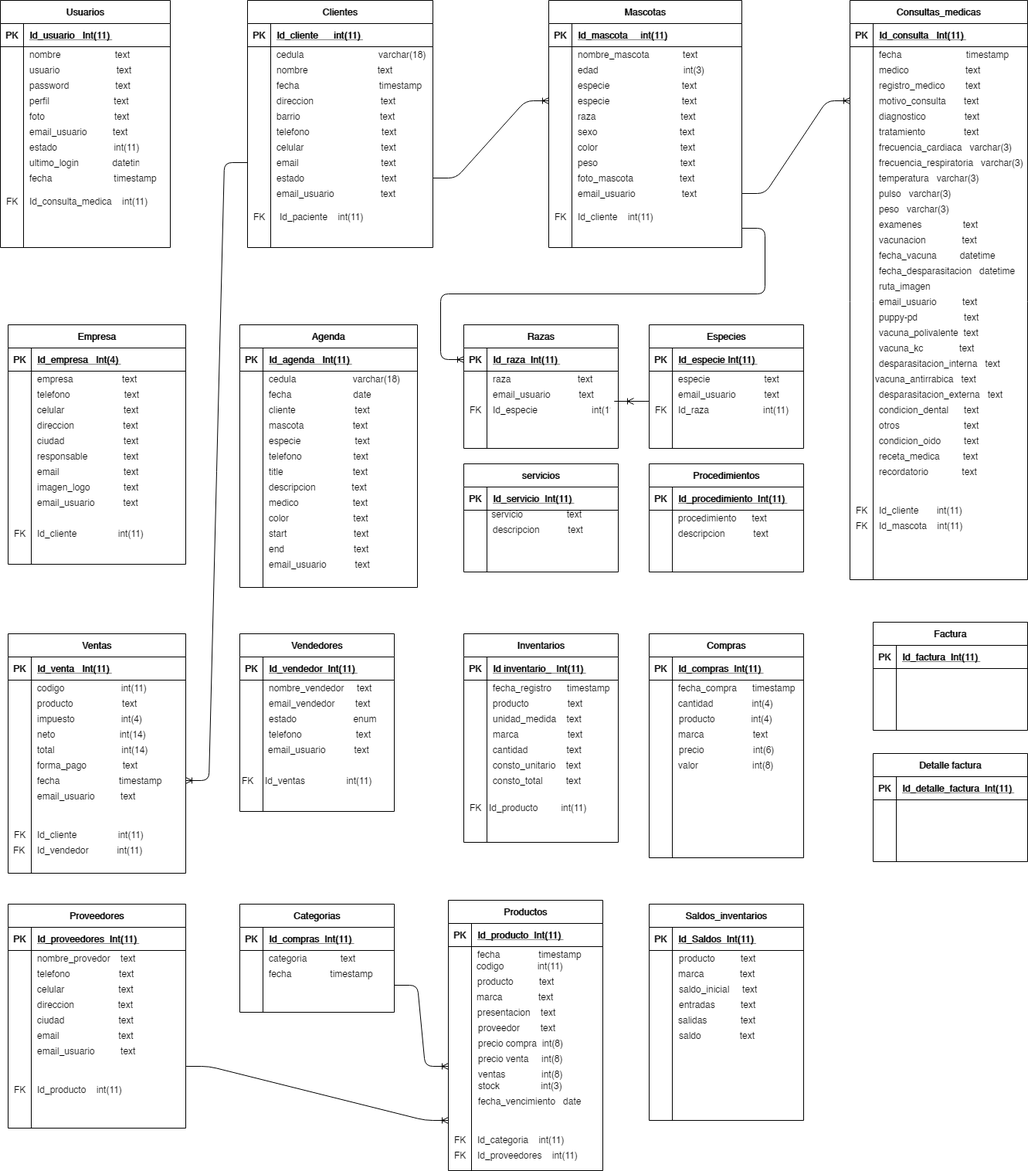
Earlier version of the draw.io export Untitled Diagram.png (heberthm/ejemplos-blog). Source tidied: cells renumbered, new cells last; positions are measured from the earlier drawing's top-left corner, leaving out a move shared by most shapes.
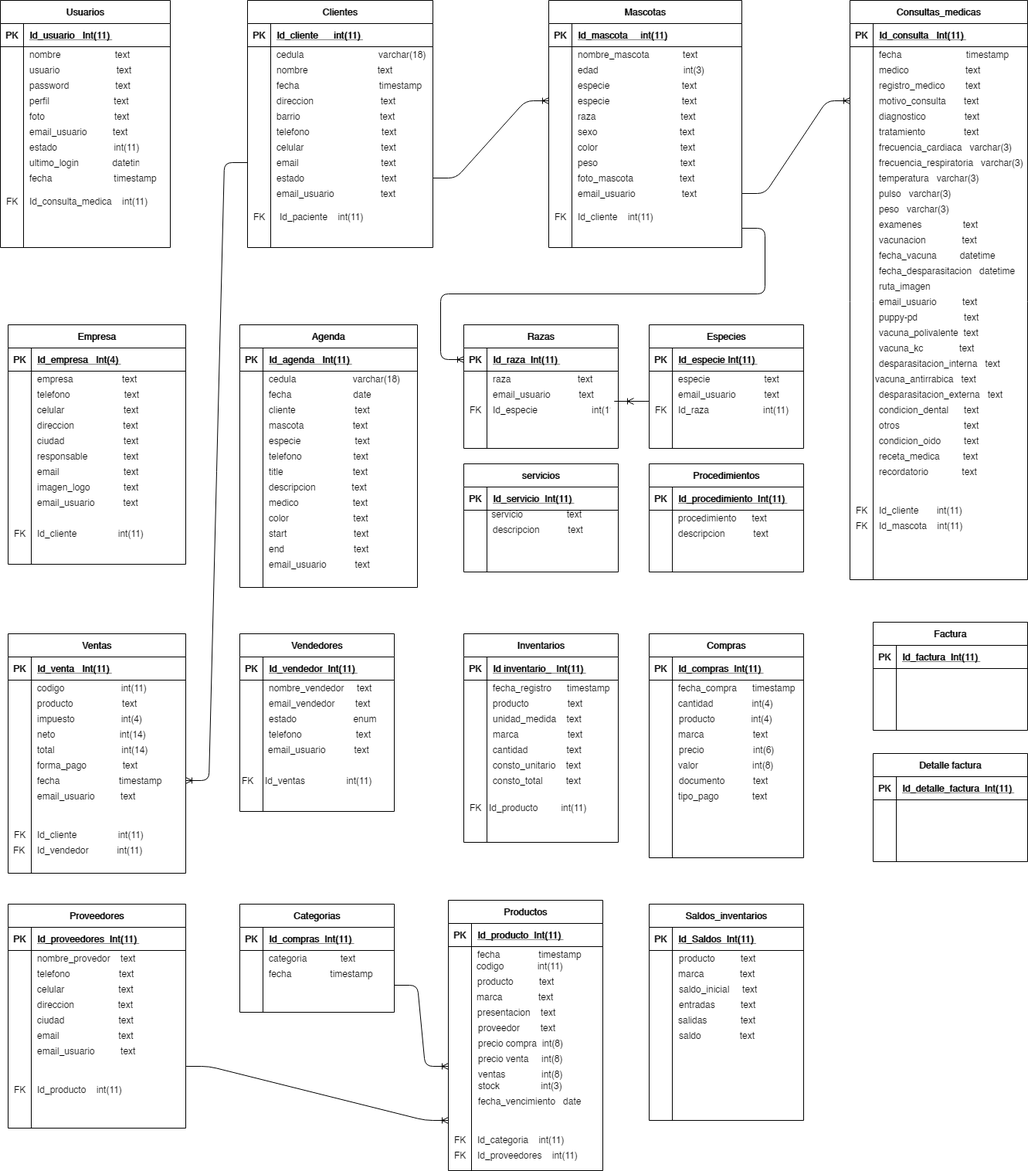
Later version of the same file.

What changed in the source:
```diff
@@ -1182,5 +1182,11 @@
     <mxCell id="391" value="valor                     int(8) " style="shape=partialRectangle;fillColor=none;top=0;left=0;bottom=0;right=0;align=left;spacingLeft=6;overflow=hidden;" parent="1" vertex="1">
       <mxGeometry x="870" y="980" width="170" height="20" as="geometry" />
     </mxCell>
+    <mxCell id="392" value="documento           text " style="shape=partialRectangle;fillColor=none;top=0;left=0;bottom=0;right=0;align=left;spacingLeft=6;overflow=hidden;" parent="1" vertex="1">
+      <mxGeometry x="871" y="1000" width="170" height="20" as="geometry" />
+    </mxCell>
+    <mxCell id="393" value="tipo_pago             text " style="shape=partialRectangle;fillColor=none;top=0;left=0;bottom=0;right=0;align=left;spacingLeft=6;overflow=hidden;" parent="1" vertex="1">
+      <mxGeometry x="870" y="1020" width="170" height="20" as="geometry" />
+    </mxCell>
   </root>
 </mxGraphModel>
```
